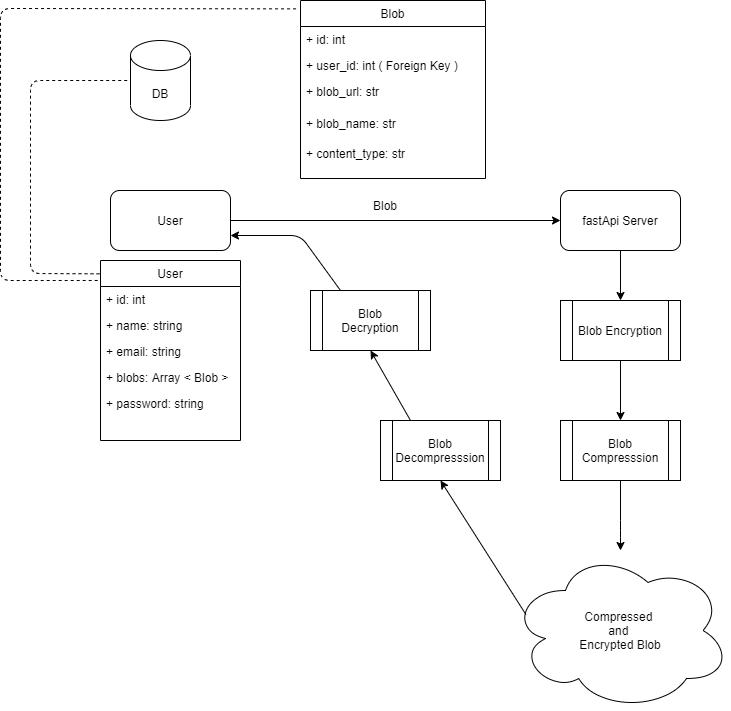
Before: docs/idea.drawio.png, a diagram exported from draw.io (sachinsom93/Blob-Storage). Source tidied: cells renumbered, new cells last; positions are measured from the earlier drawing's top-left corner, leaving out a move shared by most shapes. Source of this version:
```xml
<mxGraphModel>
  <root>
    <mxCell id="0" />
    <mxCell id="1" parent="0" />
    <mxCell id="2" value="User" style="rounded=1;whiteSpace=wrap;html=1;" parent="1" vertex="1">
      <mxGeometry x="110" y="190" width="120" height="60" as="geometry" />
    </mxCell>
    <mxCell id="3" style="endArrow=classic;html=1;exitX=1;exitY=0.5;exitDx=0;exitDy=0;entryX=0;entryY=0.5;entryDx=0;entryDy=0;" parent="1" edge="1" source="2" target="5">
      <mxGeometry relative="1" as="geometry" />
    </mxCell>
    <mxCell id="4" value="DB" style="shape=cylinder3;whiteSpace=wrap;html=1;boundedLbl=1;backgroundOutline=1;size=15;" parent="1" vertex="1">
      <mxGeometry x="130" y="40" width="60" height="80" as="geometry" />
    </mxCell>
    <mxCell id="5" value="fastApi Server" style="rounded=1;whiteSpace=wrap;html=1;" parent="1" vertex="1">
      <mxGeometry x="560" y="190" width="120" height="60" as="geometry" />
    </mxCell>
    <mxCell id="6" value="Blob" style="text;html=1;strokeColor=none;fillColor=none;align=center;verticalAlign=middle;whiteSpace=wrap;rounded=0;" parent="1" vertex="1">
      <mxGeometry x="355" y="190" width="60" height="30" as="geometry" />
    </mxCell>
    <mxCell id="7" style="endArrow=classic;html=1;exitX=0.5;exitY=1;exitDx=0;exitDy=0;entryX=0.5;entryY=0;entryDx=0;entryDy=0;" parent="1" edge="1" source="5" target="8">
      <mxGeometry relative="1" as="geometry" />
    </mxCell>
    <mxCell id="8" value="Blob Encryption" style="shape=process;whiteSpace=wrap;html=1;backgroundOutline=1;" parent="1" vertex="1">
      <mxGeometry x="560" y="300" width="120" height="60" as="geometry" />
    </mxCell>
    <mxCell id="9" style="endArrow=classic;html=1;exitX=0.5;exitY=1;exitDx=0;exitDy=0;entryX=0.5;entryY=0;entryDx=0;entryDy=0;" parent="1" edge="1" source="8" target="10">
      <mxGeometry relative="1" as="geometry" />
    </mxCell>
    <mxCell id="10" value="Blob Compresssion" style="shape=process;whiteSpace=wrap;html=1;backgroundOutline=1;" parent="1" vertex="1">
      <mxGeometry x="560" y="420" width="120" height="60" as="geometry" />
    </mxCell>
    <mxCell id="11" value="Compressed &lt;br&gt;and &lt;br&gt;Encrypted Blob" style="ellipse;shape=cloud;whiteSpace=wrap;html=1;" parent="1" vertex="1">
      <mxGeometry x="510" y="550" width="220" height="160" as="geometry" />
    </mxCell>
    <mxCell id="12" style="endArrow=classic;html=1;exitX=0.5;exitY=1;exitDx=0;exitDy=0;" parent="1" edge="1" source="10">
      <mxGeometry relative="1" as="geometry">
        <mxPoint x="620" y="550" as="targetPoint" />
        <Array as="points">
          <mxPoint x="620" y="530" />
        </Array>
      </mxGeometry>
    </mxCell>
    <mxCell id="13" value="User" style="swimlane;fontStyle=0;horizontal=1;startSize=26;fillColor=none;" parent="1" vertex="1">
      <mxGeometry x="100" y="260" width="140" height="180" as="geometry" />
    </mxCell>
    <mxCell id="14" value="+ id: int" style="text;strokeColor=none;fillColor=none;align=left;verticalAlign=top;spacingLeft=4;spacingRight=4;overflow=hidden;" parent="13" vertex="1">
      <mxGeometry y="26" width="140" height="26" as="geometry" />
    </mxCell>
    <mxCell id="15" value="+ name: string" style="text;strokeColor=none;fillColor=none;align=left;verticalAlign=top;spacingLeft=4;spacingRight=4;overflow=hidden;" parent="13" vertex="1">
      <mxGeometry y="52" width="140" height="26" as="geometry" />
    </mxCell>
    <mxCell id="16" value="+ email: string" style="text;strokeColor=none;fillColor=none;align=left;verticalAlign=top;spacingLeft=4;spacingRight=4;overflow=hidden;" parent="13" vertex="1">
      <mxGeometry y="78" width="140" height="26" as="geometry" />
    </mxCell>
    <mxCell id="17" value="+ blobs: Array &lt; Blob &gt;" style="text;strokeColor=none;fillColor=none;align=left;verticalAlign=top;spacingLeft=4;spacingRight=4;overflow=hidden;points=[[0,0.5],[1,0.5]];portConstraint=eastwest;" parent="13" vertex="1">
      <mxGeometry y="104" width="140" height="26" as="geometry" />
    </mxCell>
    <mxCell id="18" value="+ password: string" style="text;strokeColor=none;fillColor=none;align=left;verticalAlign=top;spacingLeft=4;spacingRight=4;overflow=hidden;points=[[0,0.5],[1,0.5]];portConstraint=eastwest;" parent="13" vertex="1">
      <mxGeometry y="130" width="140" height="50" as="geometry" />
    </mxCell>
    <mxCell id="19" value="Blob" style="swimlane;fontStyle=0;horizontal=1;startSize=26;fillColor=none;" parent="1" vertex="1">
      <mxGeometry x="300" width="185" height="178" as="geometry" />
    </mxCell>
    <mxCell id="20" value="+ id: int" style="text;strokeColor=none;fillColor=none;align=left;verticalAlign=top;spacingLeft=4;spacingRight=4;overflow=hidden;" parent="19" vertex="1">
      <mxGeometry y="26" width="185" height="26" as="geometry" />
    </mxCell>
    <mxCell id="21" value="+ user_id: int ( Foreign Key )" style="text;strokeColor=none;fillColor=none;align=left;verticalAlign=top;spacingLeft=4;spacingRight=4;overflow=hidden;points=[[0,0.5],[1,0.5]];portConstraint=eastwest;" parent="19" vertex="1">
      <mxGeometry y="52" width="185" height="26" as="geometry" />
    </mxCell>
    <mxCell id="22" value="+ blob_url: str" style="text;strokeColor=none;fillColor=none;align=left;verticalAlign=top;spacingLeft=4;spacingRight=4;overflow=hidden;" parent="19" vertex="1">
      <mxGeometry y="78" width="185" height="32" as="geometry" />
    </mxCell>
    <mxCell id="23" value="+ blob_name: str" style="text;strokeColor=none;fillColor=none;align=left;verticalAlign=top;spacingLeft=4;spacingRight=4;overflow=hidden;points=[[0,0.5],[1,0.5]];portConstraint=eastwest;" parent="19" vertex="1">
      <mxGeometry y="110" width="185" height="30" as="geometry" />
    </mxCell>
    <mxCell id="24" value="+ content_type: str" style="text;strokeColor=none;fillColor=none;align=left;verticalAlign=top;spacingLeft=4;spacingRight=4;overflow=hidden;" parent="19" vertex="1">
      <mxGeometry y="140" width="185" height="38" as="geometry" />
    </mxCell>
    <mxCell id="25" style="endArrow=none;dashed=1;html=1;entryX=0;entryY=0.5;entryDx=0;entryDy=0;entryPerimeter=0;exitX=-0.007;exitY=0.074;exitDx=0;exitDy=0;exitPerimeter=0;" parent="1" edge="1" source="13" target="4">
      <mxGeometry relative="1" as="geometry">
        <Array as="points">
          <mxPoint x="30" y="273" />
          <mxPoint x="30" y="80" />
        </Array>
      </mxGeometry>
    </mxCell>
    <mxCell id="26" style="endArrow=none;dashed=1;html=1;entryX=-0.017;entryY=0.047;entryDx=0;entryDy=0;entryPerimeter=0;exitX=-0.02;exitY=0.111;exitDx=0;exitDy=0;exitPerimeter=0;" parent="1" edge="1" source="13" target="19">
      <mxGeometry relative="1" as="geometry">
        <Array as="points">
          <mxPoint y="280" />
          <mxPoint y="8" />
        </Array>
      </mxGeometry>
    </mxCell>
    <mxCell id="27" value="Blob&lt;br&gt;Decryption" style="shape=process;whiteSpace=wrap;html=1;backgroundOutline=1;" parent="1" vertex="1">
      <mxGeometry x="310" y="290" width="120" height="60" as="geometry" />
    </mxCell>
    <mxCell id="28" value="Blob&lt;br&gt;Decompresssion" style="shape=process;whiteSpace=wrap;html=1;backgroundOutline=1;" parent="1" vertex="1">
      <mxGeometry x="380" y="420" width="120" height="60" as="geometry" />
    </mxCell>
    <mxCell id="29" style="endArrow=classic;html=1;exitX=0.07;exitY=0.4;exitDx=0;exitDy=0;exitPerimeter=0;entryX=0.5;entryY=1;entryDx=0;entryDy=0;" parent="1" edge="1" source="11" target="28">
      <mxGeometry relative="1" as="geometry" />
    </mxCell>
    <mxCell id="30" style="endArrow=classic;html=1;exitX=0.25;exitY=0;exitDx=0;exitDy=0;entryX=0.5;entryY=1;entryDx=0;entryDy=0;" parent="1" edge="1" source="28" target="27">
      <mxGeometry relative="1" as="geometry" />
    </mxCell>
    <mxCell id="31" style="endArrow=classic;html=1;exitX=0.25;exitY=0;exitDx=0;exitDy=0;entryX=1;entryY=0.75;entryDx=0;entryDy=0;" parent="1" edge="1" source="27" target="2">
      <mxGeometry relative="1" as="geometry">
        <Array as="points">
          <mxPoint x="300" y="235" />
        </Array>
      </mxGeometry>
    </mxCell>
  </root>
</mxGraphModel>
```
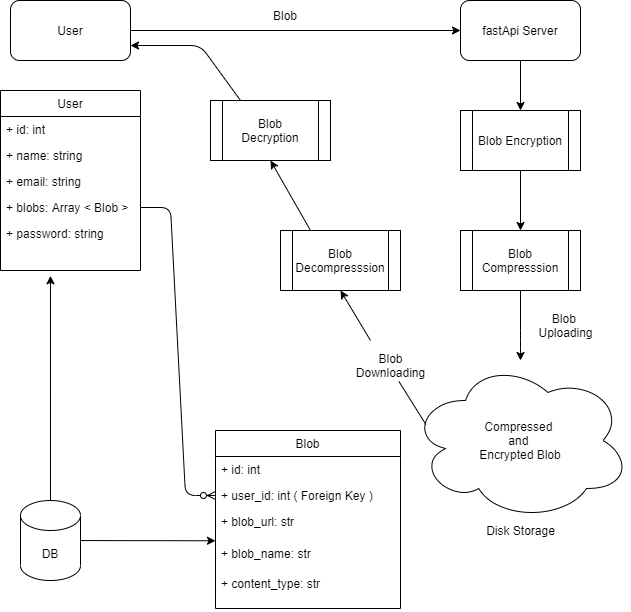
After the change.

What changed in the source:
```diff
@@ -8,8 +8,14 @@
     <mxCell id="3" style="endArrow=classic;html=1;exitX=1;exitY=0.5;exitDx=0;exitDy=0;entryX=0;entryY=0.5;entryDx=0;entryDy=0;" parent="1" edge="1" source="2" target="5">
       <mxGeometry relative="1" as="geometry" />
     </mxCell>
+    <mxCell id="32" style="edgeStyle=none;html=1;entryX=0.357;entryY=1.106;entryDx=0;entryDy=0;entryPerimeter=0;" parent="1" edge="1" source="4" target="18">
+      <mxGeometry relative="1" as="geometry" />
+    </mxCell>
+    <mxCell id="33" style="edgeStyle=none;html=1;entryX=0;entryY=0.009;entryDx=0;entryDy=0;entryPerimeter=0;" parent="1" edge="1" source="4" target="23">
+      <mxGeometry relative="1" as="geometry" />
+    </mxCell>
     <mxCell id="4" value="DB" style="shape=cylinder3;whiteSpace=wrap;html=1;boundedLbl=1;backgroundOutline=1;size=15;" parent="1" vertex="1">
-      <mxGeometry x="130" y="40" width="60" height="80" as="geometry" />
+      <mxGeometry x="120" y="690" width="60" height="80" as="geometry" />
     </mxCell>
     <mxCell id="5" value="fastApi Server" style="rounded=1;whiteSpace=wrap;html=1;" parent="1" vertex="1">
       <mxGeometry x="560" y="190" width="120" height="60" as="geometry" />
@@ -41,7 +47,7 @@
       </mxGeometry>
     </mxCell>
     <mxCell id="13" value="User" style="swimlane;fontStyle=0;horizontal=1;startSize=26;fillColor=none;" parent="1" vertex="1">
-      <mxGeometry x="100" y="260" width="140" height="180" as="geometry" />
+      <mxGeometry x="100" y="280" width="140" height="180" as="geometry" />
     </mxCell>
     <mxCell id="14" value="+ id: int" style="text;strokeColor=none;fillColor=none;align=left;verticalAlign=top;spacingLeft=4;spacingRight=4;overflow=hidden;" parent="13" vertex="1">
       <mxGeometry y="26" width="140" height="26" as="geometry" />
@@ -59,7 +65,7 @@
       <mxGeometry y="130" width="140" height="50" as="geometry" />
     </mxCell>
     <mxCell id="19" value="Blob" style="swimlane;fontStyle=0;horizontal=1;startSize=26;fillColor=none;" parent="1" vertex="1">
-      <mxGeometry x="300" width="185" height="178" as="geometry" />
+      <mxGeometry x="315" y="620" width="185" height="178" as="geometry" />
     </mxCell>
     <mxCell id="20" value="+ id: int" style="text;strokeColor=none;fillColor=none;align=left;verticalAlign=top;spacingLeft=4;spacingRight=4;overflow=hidden;" parent="19" vertex="1">
       <mxGeometry y="26" width="185" height="26" as="geometry" />
@@ -76,30 +82,16 @@
     <mxCell id="24" value="+ content_type: str" style="text;strokeColor=none;fillColor=none;align=left;verticalAlign=top;spacingLeft=4;spacingRight=4;overflow=hidden;" parent="19" vertex="1">
       <mxGeometry y="140" width="185" height="38" as="geometry" />
     </mxCell>
-    <mxCell id="25" style="endArrow=none;dashed=1;html=1;entryX=0;entryY=0.5;entryDx=0;entryDy=0;entryPerimeter=0;exitX=-0.007;exitY=0.074;exitDx=0;exitDy=0;exitPerimeter=0;" parent="1" edge="1" source="13" target="4">
-      <mxGeometry relative="1" as="geometry">
-        <Array as="points">
-          <mxPoint x="30" y="273" />
-          <mxPoint x="30" y="80" />
-        </Array>
-      </mxGeometry>
-    </mxCell>
-    <mxCell id="26" style="endArrow=none;dashed=1;html=1;entryX=-0.017;entryY=0.047;entryDx=0;entryDy=0;entryPerimeter=0;exitX=-0.02;exitY=0.111;exitDx=0;exitDy=0;exitPerimeter=0;" parent="1" edge="1" source="13" target="19">
-      <mxGeometry relative="1" as="geometry">
-        <Array as="points">
-          <mxPoint y="280" />
-          <mxPoint y="8" />
-        </Array>
-      </mxGeometry>
-    </mxCell>
     <mxCell id="27" value="Blob&lt;br&gt;Decryption" style="shape=process;whiteSpace=wrap;html=1;backgroundOutline=1;" parent="1" vertex="1">
       <mxGeometry x="310" y="290" width="120" height="60" as="geometry" />
     </mxCell>
     <mxCell id="28" value="Blob&lt;br&gt;Decompresssion" style="shape=process;whiteSpace=wrap;html=1;backgroundOutline=1;" parent="1" vertex="1">
       <mxGeometry x="380" y="420" width="120" height="60" as="geometry" />
     </mxCell>
-    <mxCell id="29" style="endArrow=classic;html=1;exitX=0.07;exitY=0.4;exitDx=0;exitDy=0;exitPerimeter=0;entryX=0.5;entryY=1;entryDx=0;entryDy=0;" parent="1" edge="1" source="11" target="28">
-      <mxGeometry relative="1" as="geometry" />
+    <mxCell id="29" style="endArrow=classic;html=1;entryX=0.5;entryY=1;entryDx=0;entryDy=0;startArrow=none;" parent="1" edge="1" target="28">
+      <mxGeometry relative="1" as="geometry">
+        <mxPoint x="470" y="530" as="sourcePoint" />
+      </mxGeometry>
     </mxCell>
     <mxCell id="30" style="endArrow=classic;html=1;exitX=0.25;exitY=0;exitDx=0;exitDy=0;entryX=0.5;entryY=1;entryDx=0;entryDy=0;" parent="1" edge="1" source="28" target="27">
       <mxGeometry relative="1" as="geometry" />
@@ -111,5 +103,20 @@
         </Array>
       </mxGeometry>
     </mxCell>
+    <mxCell id="34" value="Disk Storage" style="text;html=1;align=center;verticalAlign=middle;strokeColor=none;fillColor=none;" parent="1" vertex="1">
+      <mxGeometry x="580" y="710" width="80" height="20" as="geometry" />
+    </mxCell>
+    <mxCell id="35" value="Blob&amp;nbsp;&lt;br&gt;Uploading" style="text;html=1;align=center;verticalAlign=middle;strokeColor=none;fillColor=none;" parent="1" vertex="1">
+      <mxGeometry x="630" y="500" width="70" height="30" as="geometry" />
+    </mxCell>
+    <mxCell id="36" value="Blob&lt;br&gt;Downloading" style="text;html=1;align=center;verticalAlign=middle;points=[];strokeColor=none;fillColor=none;" parent="1" vertex="1">
+      <mxGeometry x="450" y="540" width="80" height="30" as="geometry" />
+    </mxCell>
+    <mxCell id="37" style="endArrow=none;html=1;exitX=0.07;exitY=0.4;exitDx=0;exitDy=0;exitPerimeter=0;entryX=0.605;entryY=1.03;entryDx=0;entryDy=0;entryPerimeter=0;" parent="1" edge="1" source="11" target="36">
+      <mxGeometry relative="1" as="geometry" />
+    </mxCell>
+    <mxCell id="38" style="edgeStyle=entityRelationEdgeStyle;fontSize=12;html=1;endArrow=ERzeroToMany;endFill=1;exitX=1;exitY=0.5;exitDx=0;exitDy=0;entryX=0;entryY=0.5;entryDx=0;entryDy=0;" parent="1" edge="1" source="17" target="21">
+      <mxGeometry relative="1" as="geometry" />
+    </mxCell>
   </root>
 </mxGraphModel>
```
